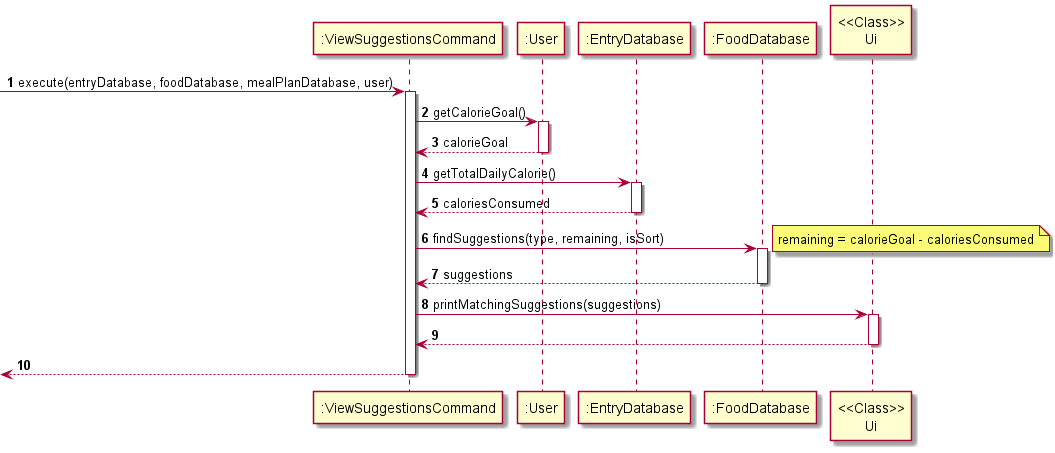
Above: docs/diagrams/SuggestCommandSequence.png in praj-bellakka/tp (PlantUML), before the change.
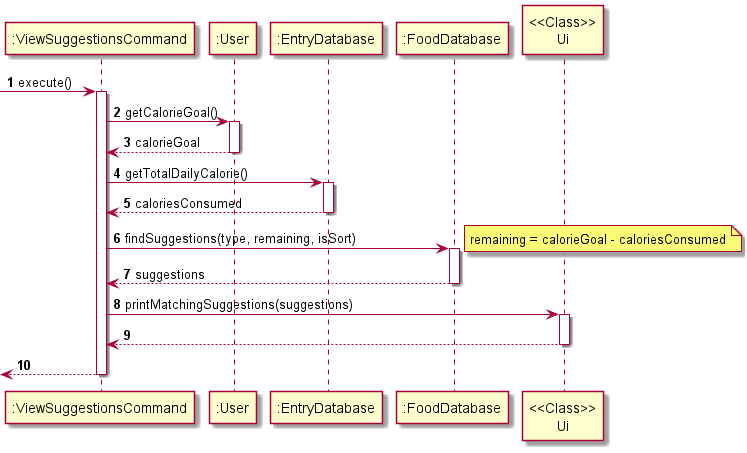
After the change.

Change to the diagram source:
```diff
@@ -2,7 +2,7 @@
 
 autonumber
 
--> ":ViewSuggestionsCommand": execute(entryDatabase, foodDatabase, mealPlanDatabase, user)
+-> ":ViewSuggestionsCommand": execute()
 activate ":ViewSuggestionsCommand"
 
 ":ViewSuggestionsCommand" -> ":User" : getCalorieGoal()
```
